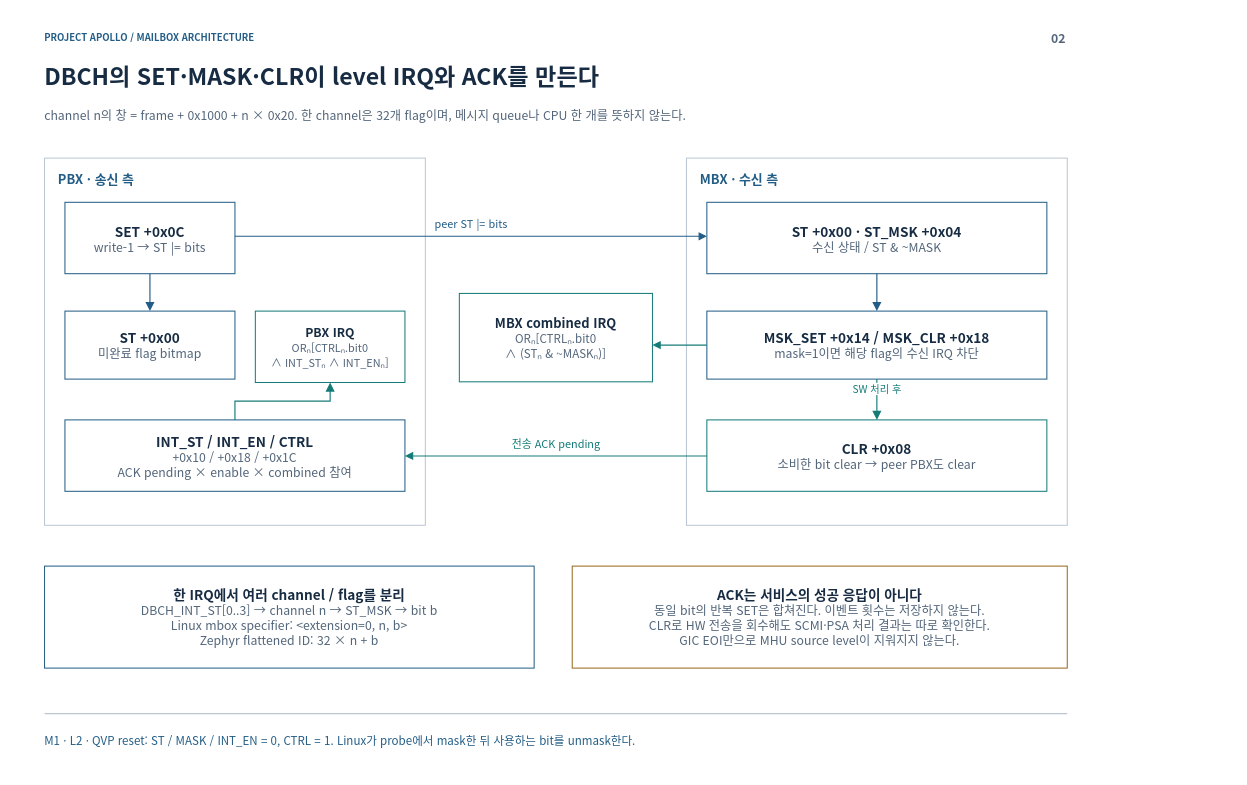
Above: page "02-registers" (3 of 24) of doc/phase1/mailbox/apollo-mailbox-architecture.drawio in cometzero/project-apollo (draw.io), before the change. Source tidied: cells renumbered, new cells numbered last; positions are measured from the earlier drawing's top-left corner, leaving out a move shared by most shapes. Both pictures are drawn from the tidied source at 68%, with x=0, y=0 at pixel (12, 12).
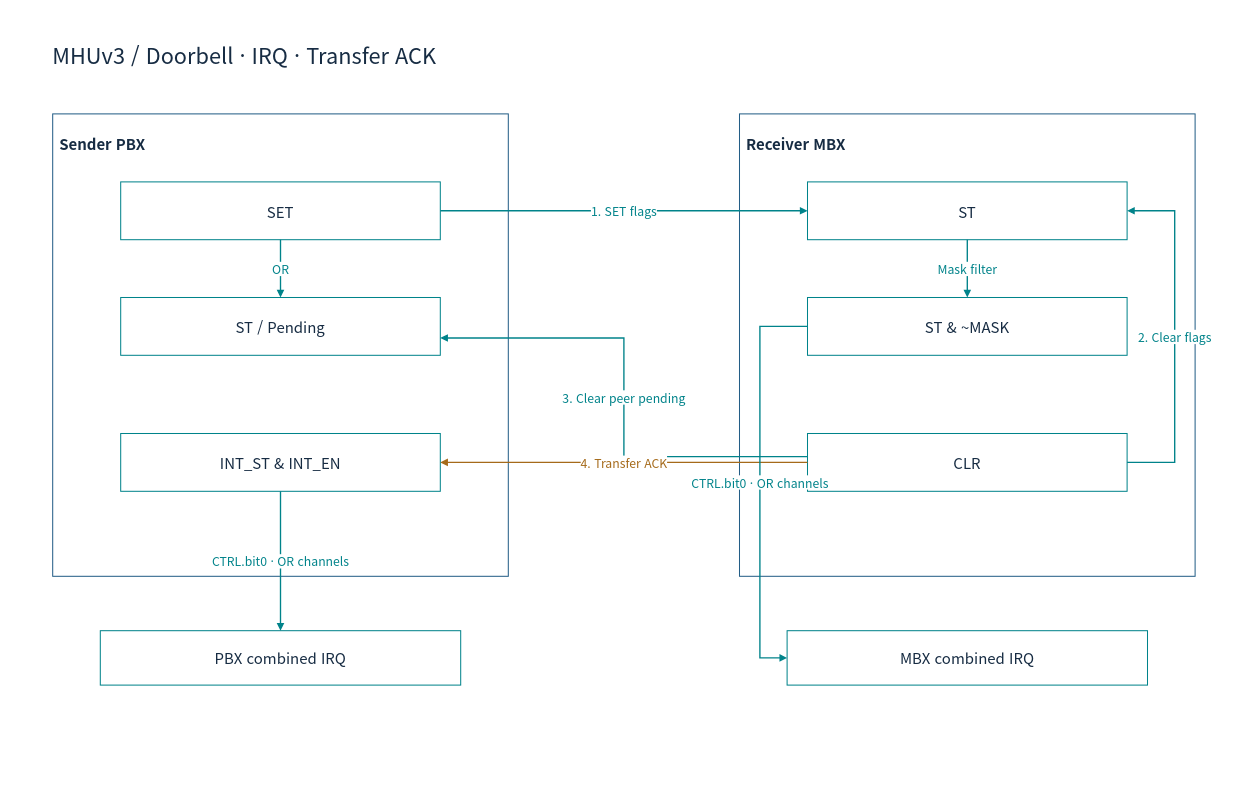
The same page after the edit.

The edit, as a diff of the source:
```diff
@@
-    <mxCell id="2" style="rounded=0;whiteSpace=wrap;html=1;fillColor=#FFFFFF;strokeWidth=1.5;fontFamily=Noto Sans CJK KR;fontSize=18;spacing=12;fontColor=#172C43;strokeColor=none;" parent="1" vertex="1">
-      <mxGeometry width="1600" height="1120" as="geometry" />
+    <mxCell id="2" style="rounded=0;whiteSpace=wrap;html=1;fillColor=#FFFFFF;strokeColor=none;strokeWidth=1.5;fontColor=#172C43;fontFamily=Noto Sans CJK KR;fontSize=22;spacing=10;" parent="1" vertex="1">
+      <mxGeometry width="1800" height="1030" as="geometry" />
     </mxCell>
-    <mxCell id="3" value="PROJECT APOLLO / MAILBOX ARCHITECTURE" style="rounded=0;whiteSpace=wrap;html=1;fillColor=#FFFFFF;strokeWidth=1.5;fontFamily=Noto Sans CJK KR;fontSize=18;spacing=12;fontColor=#172C43;strokeColor=none;fillColor=none;spacing=0;align=left;verticalAlign=middle;fontSize=14;fontColor=#235D86;fontStyle=1;" parent="1" vertex="1">
-      <mxGeometry x="48" y="26" width="1400" height="24" as="geometry" />
-    </mxCell>
-    <mxCell id="4" value="02" style="rounded=0;whiteSpace=wrap;html=1;fillColor=#FFFFFF;strokeWidth=1.5;fontFamily=Noto Sans CJK KR;fontSize=18;spacing=12;fontColor=#172C43;strokeColor=none;fillColor=none;spacing=0;align=right;verticalAlign=middle;fontSize=18;fontColor=#52657A;fontStyle=1;" parent="1" vertex="1">
-      <mxGeometry x="1485" y="23" width="65" height="30" as="geometry" />
-    </mxCell>
-    <mxCell id="5" value="DBCH의 SET·MASK·CLR이 level IRQ와 ACK를 만든다" style="rounded=0;whiteSpace=wrap;html=1;fillColor=#FFFFFF;strokeWidth=1.5;fontFamily=Noto Sans CJK KR;fontSize=18;spacing=12;fontColor=#172C43;strokeColor=none;fillColor=none;spacing=0;align=left;verticalAlign=middle;fontSize=34;fontColor=#172C43;fontStyle=1;" parent="1" vertex="1">
-      <mxGeometry x="48" y="67" width="1504" height="54" as="geometry" />
+    <mxCell id="5" value="MHUv3 / Doorbell · IRQ · Transfer ACK" style="rounded=0;whiteSpace=wrap;html=1;fillColor=#FFFFFF;strokeColor=none;strokeWidth=1.5;fontColor=#172C43;fontFamily=Noto Sans CJK KR;fontSize=22;spacing=10;fontSize=32;align=left;" parent="1" vertex="1">
+      <mxGeometry x="50" y="30" width="1700" height="65" as="geometry" />
     </mxCell>
-    <mxCell id="6" value="channel n의 창 = frame + 0x1000 + n × 0x20. 한 channel은 32개 flag이며, 메시지 queue나 CPU 한 개를 뜻하지 않는다." style="rounded=0;whiteSpace=wrap;html=1;fillColor=#FFFFFF;strokeWidth=1.5;fontFamily=Noto Sans CJK KR;fontSize=18;spacing=12;fontColor=#172C43;strokeColor=none;fillColor=none;spacing=0;align=left;verticalAlign=middle;fontSize=18;fontColor=#52657A;fontStyle=0;" parent="1" vertex="1">
-      <mxGeometry x="48" y="127" width="1504" height="50" as="geometry" />
-    </mxCell>
-    <mxCell id="7" style="html=1;whiteSpace=nowrap;edgeStyle=none;endArrow=none;endSize=8;strokeWidth=1.6;strokeColor=#BAC7D3;fontColor=#BAC7D3;fontFamily=Noto Sans CJK KR;fontSize=16;labelBackgroundColor=#FFFFFF;dashed=0;" parent="1" edge="1">
-      <mxGeometry relative="1" as="geometry">
-        <mxPoint x="48" y="1032" as="sourcePoint" />
-        <mxPoint x="1552" y="1032" as="targetPoint" />
-      </mxGeometry>
-    </mxCell>
-    <mxCell id="8" value="M1 · L2 · QVP reset: ST / MASK / INT_EN = 0, CTRL = 1. Linux가 probe에서 mask한 뒤 사용하는 bit를 unmask한다." style="rounded=0;whiteSpace=wrap;html=1;fillColor=#FFFFFF;strokeWidth=1.5;fontFamily=Noto Sans CJK KR;fontSize=18;spacing=12;fontColor=#172C43;strokeColor=none;fillColor=none;spacing=0;align=left;verticalAlign=middle;fontSize=17;fontColor=#235D86;fontStyle=0;" parent="1" vertex="1">
-      <mxGeometry x="48" y="1047" width="1504" height="50" as="geometry" />
-    </mxCell>
-    <mxCell id="9" style="rounded=0;whiteSpace=wrap;html=1;fillColor=#FFFFFF;strokeWidth=1.5;fontFamily=Noto Sans CJK KR;fontSize=18;spacing=12;fontColor=#172C43;strokeColor=#BAC7D3;" parent="1" vertex="1">
-      <mxGeometry x="48" y="215" width="560" height="540" as="geometry" />
+    <mxCell id="9" value="Sender PBX" style="rounded=0;whiteSpace=wrap;html=1;fillColor=#FFFFFF;strokeColor=#235D86;strokeWidth=1.5;fontColor=#172C43;fontFamily=Noto Sans CJK KR;fontSize=22;spacing=10;verticalAlign=top;fontStyle=1;spacingTop=16;align=left;" parent="1" vertex="1">
+      <mxGeometry x="60" y="150" width="670" height="680" as="geometry" />
     </mxCell>
-    <mxCell id="10" value="PBX · 송신 측" style="rounded=0;whiteSpace=wrap;html=1;fillColor=#FFFFFF;strokeWidth=1.5;fontFamily=Noto Sans CJK KR;fontSize=18;spacing=12;fontColor=#172C43;strokeColor=none;fillColor=none;spacing=0;align=left;verticalAlign=middle;fontSize=19;fontColor=#235D86;fontStyle=1;" parent="1" vertex="1">
-      <mxGeometry x="68" y="229" width="520" height="32" as="geometry" />
-    </mxCell>
+    <mxCell id="14" value="Receiver MBX" style="rounded=0;whiteSpace=wrap;html=1;fillColor=#FFFFFF;strokeColor=#235D86;strokeWidth=1.5;fontColor=#172C43;fontFamily=Noto Sans CJK KR;fontSize=22;spacing=10;verticalAlign=top;fontStyle=1;spacingTop=16;align=left;" parent="1" vertex="1">
+      <mxGeometry x="1070" y="150" width="670" height="680" as="geometry" />
+    </mxCell>
-    <mxCell id="11" value="&lt;b style=&quot;font-size:20px&quot;&gt;SET +0x0C&lt;/b&gt;&lt;br&gt;&lt;font color=&quot;#52657A&quot; style=&quot;font-size:18px&quot;&gt;write-1 → ST |= bits&lt;/font&gt;" style="rounded=0;whiteSpace=wrap;html=1;fillColor=#FFFFFF;strokeWidth=1.5;fontFamily=Noto Sans CJK KR;fontSize=18;spacing=12;fontColor=#172C43;strokeColor=#235D86;" parent="1" vertex="1">
-      <mxGeometry x="78" y="280" width="250" height="105" as="geometry" />
+    <mxCell id="11" value="SET" style="rounded=0;whiteSpace=wrap;html=1;fillColor=#FFFFFF;strokeColor=#00838A;strokeWidth=1.5;fontColor=#172C43;fontFamily=Noto Sans CJK KR;fontSize=22;spacing=10;" parent="9" vertex="1">
+      <mxGeometry x="100" y="100" width="470" height="85" as="geometry" />
     </mxCell>
-    <mxCell id="12" value="&lt;b style=&quot;font-size:20px&quot;&gt;ST +0x00&lt;/b&gt;&lt;br&gt;&lt;font color=&quot;#52657A&quot; style=&quot;font-size:18px&quot;&gt;미완료 flag bitmap&lt;/font&gt;" style="rounded=0;whiteSpace=wrap;html=1;fillColor=#FFFFFF;strokeWidth=1.5;fontFamily=Noto Sans CJK KR;fontSize=18;spacing=12;fontColor=#172C43;strokeColor=#235D86;" parent="1" vertex="1">
-      <mxGeometry x="78" y="440" width="250" height="100" as="geometry" />
-    </mxCell>
+    <mxCell id="30" value="ST / Pending" style="rounded=0;whiteSpace=wrap;html=1;fillColor=#FFFFFF;strokeColor=#00838A;strokeWidth=1.5;fontColor=#172C43;fontFamily=Noto Sans CJK KR;fontSize=22;spacing=10;" parent="9" vertex="1">
+      <mxGeometry x="100" y="270" width="470" height="85" as="geometry" />
+    </mxCell>
-    <mxCell id="13" value="&lt;b style=&quot;font-size:20px&quot;&gt;INT_ST / INT_EN / CTRL&lt;/b&gt;&lt;br&gt;&lt;font color=&quot;#52657A&quot; style=&quot;font-size:18px&quot;&gt;+0x10 / +0x18 / +0x1C&lt;br&gt;ACK pending × enable × combined 참여&lt;/font&gt;" style="rounded=0;whiteSpace=wrap;html=1;fillColor=#FFFFFF;strokeWidth=1.5;fontFamily=Noto Sans CJK KR;fontSize=18;spacing=12;fontColor=#172C43;strokeColor=#235D86;" parent="1" vertex="1">
-      <mxGeometry x="78" y="600" width="500" height="105" as="geometry" />
+    <mxCell id="13" value="INT_ST &amp;amp; INT_EN" style="rounded=0;whiteSpace=wrap;html=1;fillColor=#FFFFFF;strokeColor=#00838A;strokeWidth=1.5;fontColor=#172C43;fontFamily=Noto Sans CJK KR;fontSize=22;spacing=10;" parent="9" vertex="1">
+      <mxGeometry x="100" y="470" width="470" height="85" as="geometry" />
     </mxCell>
-    <mxCell id="14" style="rounded=0;whiteSpace=wrap;html=1;fillColor=#FFFFFF;strokeWidth=1.5;fontFamily=Noto Sans CJK KR;fontSize=18;spacing=12;fontColor=#172C43;strokeColor=#BAC7D3;" parent="1" vertex="1">
-      <mxGeometry x="992" y="215" width="560" height="540" as="geometry" />
-    </mxCell>
-    <mxCell id="15" value="MBX · 수신 측" style="rounded=0;whiteSpace=wrap;html=1;fillColor=#FFFFFF;strokeWidth=1.5;fontFamily=Noto Sans CJK KR;fontSize=18;spacing=12;fontColor=#172C43;strokeColor=none;fillColor=none;spacing=0;align=left;verticalAlign=middle;fontSize=19;fontColor=#235D86;fontStyle=1;" parent="1" vertex="1">
-      <mxGeometry x="1012" y="229" width="520" height="32" as="geometry" />
-    </mxCell>
-    <mxCell id="16" value="&lt;b style=&quot;font-size:20px&quot;&gt;ST +0x00 · ST_MSK +0x04&lt;/b&gt;&lt;br&gt;&lt;font color=&quot;#52657A&quot; style=&quot;font-size:18px&quot;&gt;수신 상태 / ST &amp;amp; ~MASK&lt;/font&gt;" style="rounded=0;whiteSpace=wrap;html=1;fillColor=#FFFFFF;strokeWidth=1.5;fontFamily=Noto Sans CJK KR;fontSize=18;spacing=12;fontColor=#172C43;strokeColor=#235D86;" parent="1" vertex="1">
-      <mxGeometry x="1022" y="280" width="500" height="105" as="geometry" />
-    </mxCell>
+    <mxCell id="31" value="ST" style="rounded=0;whiteSpace=wrap;html=1;fillColor=#FFFFFF;strokeColor=#00838A;strokeWidth=1.5;fontColor=#172C43;fontFamily=Noto Sans CJK KR;fontSize=22;spacing=10;" parent="14" vertex="1">
+      <mxGeometry x="100" y="100" width="470" height="85" as="geometry" />
+    </mxCell>
-    <mxCell id="17" value="&lt;b style=&quot;font-size:20px&quot;&gt;MSK_SET +0x14 / MSK_CLR +0x18&lt;/b&gt;&lt;br&gt;&lt;font color=&quot;#52657A&quot; style=&quot;font-size:18px&quot;&gt;mask=1이면 해당 flag의 수신 IRQ 차단&lt;/font&gt;" style="rounded=0;whiteSpace=wrap;html=1;fillColor=#FFFFFF;strokeWidth=1.5;fontFamily=Noto Sans CJK KR;fontSize=18;spacing=12;fontColor=#172C43;strokeColor=#235D86;" parent="1" vertex="1">
-      <mxGeometry x="1022" y="440" width="500" height="100" as="geometry" />
+    <mxCell id="17" value="ST &amp;amp; ~MASK" style="rounded=0;whiteSpace=wrap;html=1;fillColor=#FFFFFF;strokeColor=#00838A;strokeWidth=1.5;fontColor=#172C43;fontFamily=Noto Sans CJK KR;fontSize=22;spacing=10;" parent="14" vertex="1">
+      <mxGeometry x="100" y="270" width="470" height="85" as="geometry" />
     </mxCell>
-    <mxCell id="18" value="&lt;b style=&quot;font-size:20px&quot;&gt;CLR +0x08&lt;/b&gt;&lt;br&gt;&lt;font color=&quot;#52657A&quot; style=&quot;font-size:18px&quot;&gt;소비한 bit clear → peer PBX도 clear&lt;/font&gt;" style="rounded=0;whiteSpace=wrap;html=1;fillColor=#FFFFFF;strokeWidth=1.5;fontFamily=Noto Sans CJK KR;fontSize=18;spacing=12;fontColor=#172C43;strokeColor=#147B79;" parent="1" vertex="1">
-      <mxGeometry x="1022" y="600" width="500" height="105" as="geometry" />
+    <mxCell id="18" value="CLR" style="rounded=0;whiteSpace=wrap;html=1;fillColor=#FFFFFF;strokeColor=#00838A;strokeWidth=1.5;fontColor=#172C43;fontFamily=Noto Sans CJK KR;fontSize=22;spacing=10;" parent="14" vertex="1">
+      <mxGeometry x="100" y="470" width="470" height="85" as="geometry" />
     </mxCell>
-    <mxCell id="19" style="html=1;whiteSpace=nowrap;edgeStyle=orthogonalEdgeStyle;rounded=0;endArrow=block;endSize=9;strokeWidth=1.7;strokeColor=#235D86;fontColor=#235D86;fontFamily=Noto Sans CJK KR;fontSize=15;labelBackgroundColor=#FFFFFF;" parent="1" edge="1" source="11" target="12">
-      <mxGeometry relative="1" as="geometry">
-        <mxPoint y="-16" as="offset" />
-      </mxGeometry>
-    </mxCell>
-    <mxCell id="20" value="peer ST |= bits" style="html=1;whiteSpace=nowrap;edgeStyle=none;endArrow=block;endSize=8;strokeWidth=1.6;strokeColor=#235D86;fontColor=#235D86;fontFamily=Noto Sans CJK KR;fontSize=16;labelBackgroundColor=#FFFFFF;dashed=0;" parent="1" edge="1">
-      <mxGeometry relative="1" as="geometry">
-        <mxPoint x="328" y="330" as="sourcePoint" />
-        <mxPoint x="1022" y="330" as="targetPoint" />
-        <mxPoint y="-18" as="offset" />
-      </mxGeometry>
-    </mxCell>
-    <mxCell id="21" style="html=1;whiteSpace=nowrap;edgeStyle=orthogonalEdgeStyle;rounded=0;endArrow=block;endSize=9;strokeWidth=1.7;strokeColor=#235D86;fontColor=#235D86;fontFamily=Noto Sans CJK KR;fontSize=15;labelBackgroundColor=#FFFFFF;" parent="1" edge="1" source="16" target="17">
-      <mxGeometry relative="1" as="geometry">
-        <mxPoint y="-16" as="offset" />
-      </mxGeometry>
-    </mxCell>
-    <mxCell id="22" value="SW 처리 후" style="html=1;whiteSpace=nowrap;edgeStyle=orthogonalEdgeStyle;rounded=0;endArrow=block;endSize=9;strokeWidth=1.7;strokeColor=#147B79;fontColor=#147B79;fontFamily=Noto Sans CJK KR;fontSize=15;labelBackgroundColor=#FFFFFF;" parent="1" edge="1" source="17" target="18">
-      <mxGeometry relative="1" as="geometry">
-        <mxPoint y="-16" as="offset" />
-      </mxGeometry>
-    </mxCell>
-    <mxCell id="23" value="전송 ACK pending" style="html=1;whiteSpace=nowrap;edgeStyle=none;endArrow=block;endSize=8;strokeWidth=1.6;strokeColor=#147B79;fontColor=#147B79;fontFamily=Noto Sans CJK KR;fontSize=16;labelBackgroundColor=#FFFFFF;dashed=0;" parent="1" edge="1">
-      <mxGeometry relative="1" as="geometry">
-        <mxPoint x="1022" y="653" as="sourcePoint" />
-        <mxPoint x="578" y="653" as="targetPoint" />
-        <mxPoint y="-18" as="offset" />
-      </mxGeometry>
-    </mxCell>
-    <mxCell id="24" value="&lt;b style=&quot;font-size:19px&quot;&gt;MBX combined IRQ&lt;/b&gt;&lt;br&gt;&lt;font color=&quot;#52657A&quot; style=&quot;font-size:17px&quot;&gt;ORₙ[CTRLₙ.bit0&lt;br&gt;∧ (STₙ &amp;amp; ~MASKₙ)]&lt;/font&gt;" style="rounded=0;whiteSpace=wrap;html=1;fillColor=#FFFFFF;strokeWidth=1.5;fontFamily=Noto Sans CJK KR;fontSize=18;spacing=12;fontColor=#172C43;strokeColor=#147B79;" parent="1" vertex="1">
-      <mxGeometry x="658" y="414" width="284" height="130" as="geometry" />
-    </mxCell>
-    <mxCell id="25" style="html=1;whiteSpace=nowrap;edgeStyle=none;endArrow=block;endSize=8;strokeWidth=1.6;strokeColor=#147B79;fontColor=#147B79;fontFamily=Noto Sans CJK KR;fontSize=16;labelBackgroundColor=#FFFFFF;dashed=0;" parent="1" edge="1">
-      <mxGeometry relative="1" as="geometry">
-        <mxPoint x="1022" y="490" as="sourcePoint" />
-        <mxPoint x="942" y="490" as="targetPoint" />
-      </mxGeometry>
-    </mxCell>
-    <mxCell id="26" value="&lt;b style=&quot;font-size:18px&quot;&gt;PBX IRQ&lt;/b&gt;&lt;br&gt;&lt;font color=&quot;#52657A&quot; style=&quot;font-size:16px&quot;&gt;ORₙ[CTRLₙ.bit0&lt;br&gt;∧ INT_STₙ ∧ INT_ENₙ]&lt;/font&gt;" style="rounded=0;whiteSpace=wrap;html=1;fillColor=#FFFFFF;strokeWidth=1.5;fontFamily=Noto Sans CJK KR;fontSize=18;spacing=12;fontColor=#172C43;strokeColor=#147B79;" parent="1" vertex="1">
-      <mxGeometry x="358" y="440" width="220" height="105" as="geometry" />
-    </mxCell>
-    <mxCell id="27" style="html=1;whiteSpace=nowrap;edgeStyle=orthogonalEdgeStyle;rounded=0;endArrow=block;endSize=9;strokeWidth=1.7;strokeColor=#147B79;fontColor=#147B79;fontFamily=Noto Sans CJK KR;fontSize=15;labelBackgroundColor=#FFFFFF;" parent="1" edge="1" source="13" target="26">
-      <mxGeometry relative="1" as="geometry">
-        <mxPoint y="-16" as="offset" />
-      </mxGeometry>
-    </mxCell>
-    <mxCell id="28" value="&lt;b style=&quot;font-size:20px&quot;&gt;한 IRQ에서 여러 channel / flag를 분리&lt;/b&gt;&lt;br&gt;&lt;font color=&quot;#52657A&quot; style=&quot;font-size:18px&quot;&gt;DBCH_INT_ST[0..3] → channel n → ST_MSK → bit b&lt;br&gt;Linux mbox specifier: &amp;lt;extension=0, n, b&amp;gt;&lt;br&gt;Zephyr flattened ID: 32 × n + b&lt;/font&gt;" style="rounded=0;whiteSpace=wrap;html=1;fillColor=#FFFFFF;strokeWidth=1.5;fontFamily=Noto Sans CJK KR;fontSize=18;spacing=12;fontColor=#172C43;strokeColor=#235D86;" parent="1" vertex="1">
-      <mxGeometry x="48" y="815" width="720" height="150" as="geometry" />
-    </mxCell>
-    <mxCell id="29" value="&lt;b style=&quot;font-size:20px&quot;&gt;ACK는 서비스의 성공 응답이 아니다&lt;/b&gt;&lt;br&gt;&lt;font color=&quot;#52657A&quot; style=&quot;font-size:18px&quot;&gt;동일 bit의 반복 SET은 합쳐진다. 이벤트 횟수는 저장하지 않는다.&lt;br&gt;CLR로 HW 전송을 회수해도 SCMI·PSA 처리 결과는 따로 확인한다.&lt;br&gt;GIC EOI만으로 MHU source level이 지워지지 않는다.&lt;/font&gt;" style="rounded=0;whiteSpace=wrap;html=1;fillColor=#FFFFFF;strokeWidth=1.5;fontFamily=Noto Sans CJK KR;fontSize=18;spacing=12;fontColor=#172C43;strokeColor=#9A681E;" parent="1" vertex="1">
-      <mxGeometry x="824" y="815" width="728" height="150" as="geometry" />
-    </mxCell>
+    <mxCell id="32" value="OR" style="edgeStyle=orthogonalEdgeStyle;rounded=0;html=1;endArrow=block;endFill=1;strokeWidth=2;strokeColor=#00838A;fontColor=#00838A;fontFamily=Noto Sans CJK KR;fontSize=18;labelBackgroundColor=#FFFFFF;exitX=0.5;exitY=1;entryX=0.5;entryY=0;" parent="1" edge="1" source="11" target="30">
+      <mxGeometry relative="1" as="geometry" />
+    </mxCell>
+    <mxCell id="33" value="1. SET flags" style="edgeStyle=orthogonalEdgeStyle;rounded=0;html=1;endArrow=block;endFill=1;strokeWidth=2;strokeColor=#00838A;fontColor=#00838A;fontFamily=Noto Sans CJK KR;fontSize=18;labelBackgroundColor=#FFFFFF;exitX=1;exitY=0.5;entryX=0;entryY=0.5;" parent="1" edge="1" source="11" target="31">
+      <mxGeometry relative="1" as="geometry" />
+    </mxCell>
+    <mxCell id="34" value="Mask filter" style="edgeStyle=orthogonalEdgeStyle;rounded=0;html=1;endArrow=block;endFill=1;strokeWidth=2;strokeColor=#00838A;fontColor=#00838A;fontFamily=Noto Sans CJK KR;fontSize=18;labelBackgroundColor=#FFFFFF;exitX=0.5;exitY=1;entryX=0.5;entryY=0;" parent="1" edge="1" source="31" target="17">
+      <mxGeometry relative="1" as="geometry" />
+    </mxCell>
+    <mxCell id="35" value="3. Clear peer pending" style="edgeStyle=orthogonalEdgeStyle;rounded=0;html=1;endArrow=block;endFill=1;strokeWidth=2;strokeColor=#00838A;fontColor=#00838A;fontFamily=Noto Sans CJK KR;fontSize=18;labelBackgroundColor=#FFFFFF;exitX=0;exitY=0.4;entryX=1;entryY=0.7;" parent="1" edge="1" source="18" target="30">
+      <mxGeometry relative="1" as="geometry">
+        <Array as="points">
+          <mxPoint x="900" y="654" />
+          <mxPoint x="900" y="480" />
+        </Array>
+      </mxGeometry>
+    </mxCell>
+    <mxCell id="36" value="4. Transfer ACK" style="edgeStyle=orthogonalEdgeStyle;rounded=0;html=1;endArrow=block;endFill=1;strokeWidth=2;strokeColor=#A56A1A;fontColor=#A56A1A;fontFamily=Noto Sans CJK KR;fontSize=18;labelBackgroundColor=#FFFFFF;exitX=0;exitY=0.5;entryX=1;entryY=0.5;" parent="1" edge="1" source="18" target="13">
+      <mxGeometry relative="1" as="geometry" />
+    </mxCell>
+    <mxCell id="37" value="2. Clear flags" style="edgeStyle=orthogonalEdgeStyle;rounded=0;html=1;endArrow=block;endFill=1;strokeWidth=2;strokeColor=#00838A;fontColor=#00838A;fontFamily=Noto Sans CJK KR;fontSize=18;labelBackgroundColor=#FFFFFF;exitX=1;exitY=0.5;entryX=1;entryY=0.5;" parent="1" edge="1" source="18" target="31">
+      <mxGeometry relative="1" as="geometry">
+        <Array as="points">
+          <mxPoint x="1710" y="662" />
+          <mxPoint x="1710" y="292" />
+        </Array>
+      </mxGeometry>
+    </mxCell>
+    <mxCell id="38" value="MBX combined IRQ" style="rounded=0;whiteSpace=wrap;html=1;fillColor=#FFFFFF;strokeColor=#00838A;strokeWidth=1.5;fontColor=#172C43;fontFamily=Noto Sans CJK KR;fontSize=22;spacing=10;" parent="1" vertex="1">
+      <mxGeometry x="1140" y="910" width="530" height="80" as="geometry" />
+    </mxCell>
+    <mxCell id="39" value="PBX combined IRQ" style="rounded=0;whiteSpace=wrap;html=1;fillColor=#FFFFFF;strokeColor=#00838A;strokeWidth=1.5;fontColor=#172C43;fontFamily=Noto Sans CJK KR;fontSize=22;spacing=10;" parent="1" vertex="1">
+      <mxGeometry x="130" y="910" width="530" height="80" as="geometry" />
+    </mxCell>
+    <mxCell id="40" value="CTRL.bit0 · OR channels" style="edgeStyle=orthogonalEdgeStyle;rounded=0;html=1;endArrow=block;endFill=1;strokeWidth=2;strokeColor=#00838A;fontColor=#00838A;fontFamily=Noto Sans CJK KR;fontSize=18;labelBackgroundColor=#FFFFFF;exitX=0;exitY=0.5;entryX=0;entryY=0.5;" parent="1" edge="1" source="17" target="38">
+      <mxGeometry relative="1" as="geometry">
+        <Array as="points">
+          <mxPoint x="1100" y="462" />
+          <mxPoint x="1100" y="950" />
+        </Array>
+      </mxGeometry>
+    </mxCell>
+    <mxCell id="41" value="CTRL.bit0 · OR channels" style="edgeStyle=orthogonalEdgeStyle;rounded=0;html=1;endArrow=block;endFill=1;strokeWidth=2;strokeColor=#00838A;fontColor=#00838A;fontFamily=Noto Sans CJK KR;fontSize=18;labelBackgroundColor=#FFFFFF;exitX=0.5;exitY=1;entryX=0.5;entryY=0;" parent="1" edge="1" source="13" target="39">
+      <mxGeometry relative="1" as="geometry" />
+    </mxCell>
```
